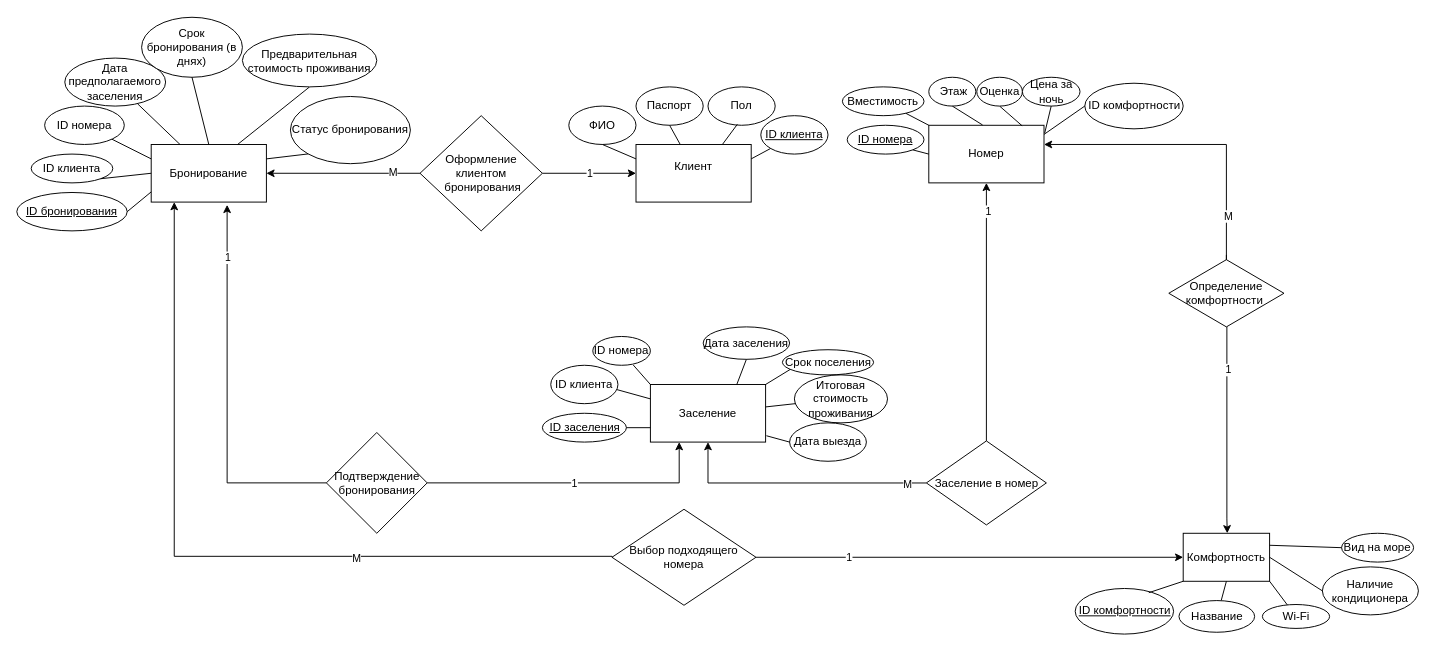
Earlier version of the draw.io diagram ER_diagram.drawio (keon1x/Data-Base). Source tidied: cells renumbered, new cells numbered last; positions are measured from the earlier drawing's top-left corner, leaving out a move shared by most shapes. Both pictures are drawn from the tidied source at 96%, with x=0, y=0 at pixel (16, 17).
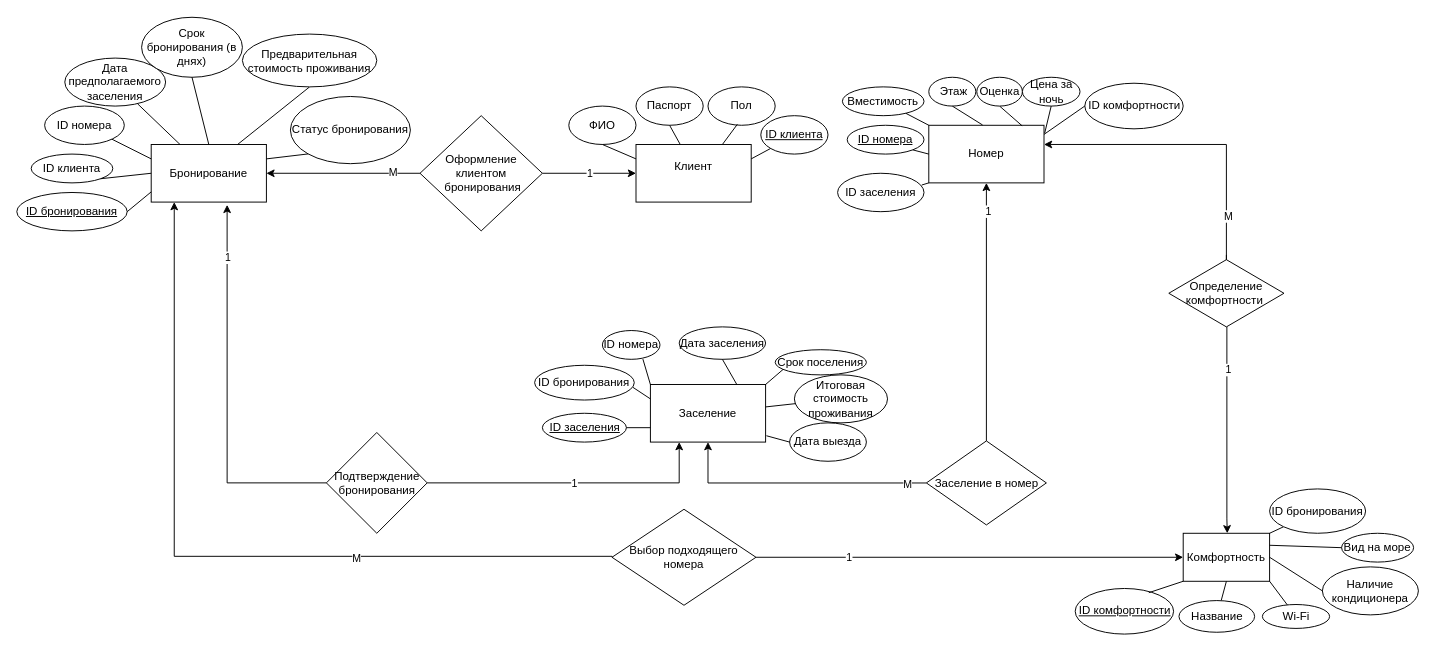
The same diagram, later.

Unchanged cells that the change refers to:
```xml
<mxCell id="13" value="Номер" style="rounded=0;whiteSpace=wrap;html=1;" parent="1" vertex="1">
  <mxGeometry x="950" y="112" width="120" height="60" as="geometry" />
</mxCell>
<mxCell id="66" value="Комфортность" style="rounded=0;whiteSpace=wrap;html=1;" parent="1" vertex="1">
  <mxGeometry x="1215" y="537" width="90" height="50" as="geometry" />
</mxCell>
```

Change to the diagram source:
```diff
@@
-    <mxCell id="20" value="ID клиента" style="ellipse;whiteSpace=wrap;html=1;" parent="1" vertex="1">
-      <mxGeometry x="556.2" y="362" width="70" height="40" as="geometry" />
+    <mxCell id="20" value="ID бронирования" style="ellipse;whiteSpace=wrap;html=1;" parent="1" vertex="1">
+      <mxGeometry x="539.4" y="362" width="103.8" height="36.2" as="geometry" />
     </mxCell>
@@
     <mxCell id="22" value="ID номера" style="ellipse;whiteSpace=wrap;html=1;" parent="1" vertex="1">
-      <mxGeometry x="600" y="332" width="60" height="30" as="geometry" />
+      <mxGeometry x="610" y="325.8" width="60" height="30" as="geometry" />
     </mxCell>
@@
     <mxCell id="24" value="Дата заселения" style="ellipse;whiteSpace=wrap;html=1;" parent="1" vertex="1">
-      <mxGeometry x="715" y="322" width="90" height="33.8" as="geometry" />
+      <mxGeometry x="690" y="322" width="90" height="33.8" as="geometry" />
     </mxCell>
@@
     <mxCell id="29" value="Срок поселения" style="ellipse;whiteSpace=wrap;html=1;" parent="1" vertex="1">
-      <mxGeometry x="797.5" y="345.8" width="95" height="26.2" as="geometry" />
+      <mxGeometry x="790" y="345.8" width="95" height="26.2" as="geometry" />
     </mxCell>
@@
+    <mxCell id="89" style="endArrow=none;html=1;rounded=0;exitX=1;exitY=0;exitDx=0;exitDy=0;" parent="1" edge="1" source="66" target="90">
+      <mxGeometry relative="1" as="geometry" />
+    </mxCell>
+    <mxCell id="90" value="ID бронирования" style="ellipse;whiteSpace=wrap;html=1;" parent="1" vertex="1">
+      <mxGeometry x="1305" y="490.8" width="100" height="46.2" as="geometry" />
+    </mxCell>
+    <mxCell id="91" style="endArrow=none;html=1;rounded=0;entryX=0;entryY=1;entryDx=0;entryDy=0;exitX=0.974;exitY=0.306;exitDx=0;exitDy=0;exitPerimeter=0;" parent="1" edge="1" source="92" target="13">
+      <mxGeometry relative="1" as="geometry" />
+    </mxCell>
+    <mxCell id="92" value="ID заселения" style="ellipse;whiteSpace=wrap;html=1;" parent="1" vertex="1">
+      <mxGeometry x="855" y="162" width="90" height="40" as="geometry" />
+    </mxCell>
```
